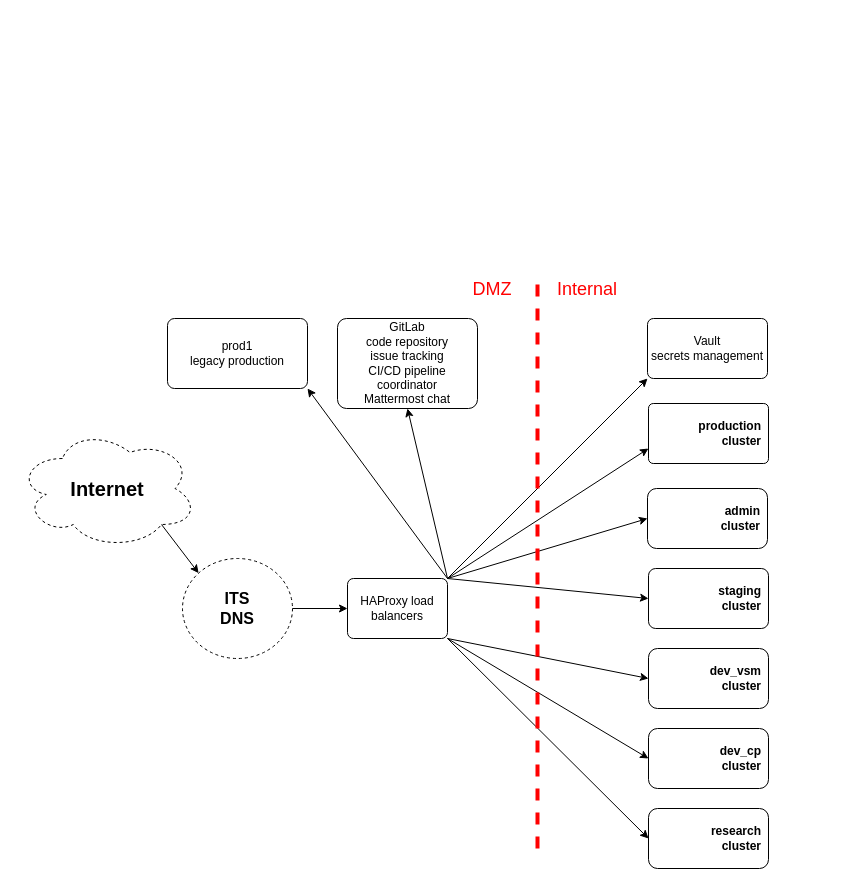
Before: docs/assets/ltc-infrastructure-simple-light.drawio in bcit-ltc/infrastructure-documentation, a draw.io diagram. Source tidied: cells renumbered, new cells numbered last; positions are measured from the earlier drawing's top-left corner, leaving out a move shared by most shapes. Both pictures are drawn from the tidied source at 100%, with x=0, y=0 at pixel (17, 268).
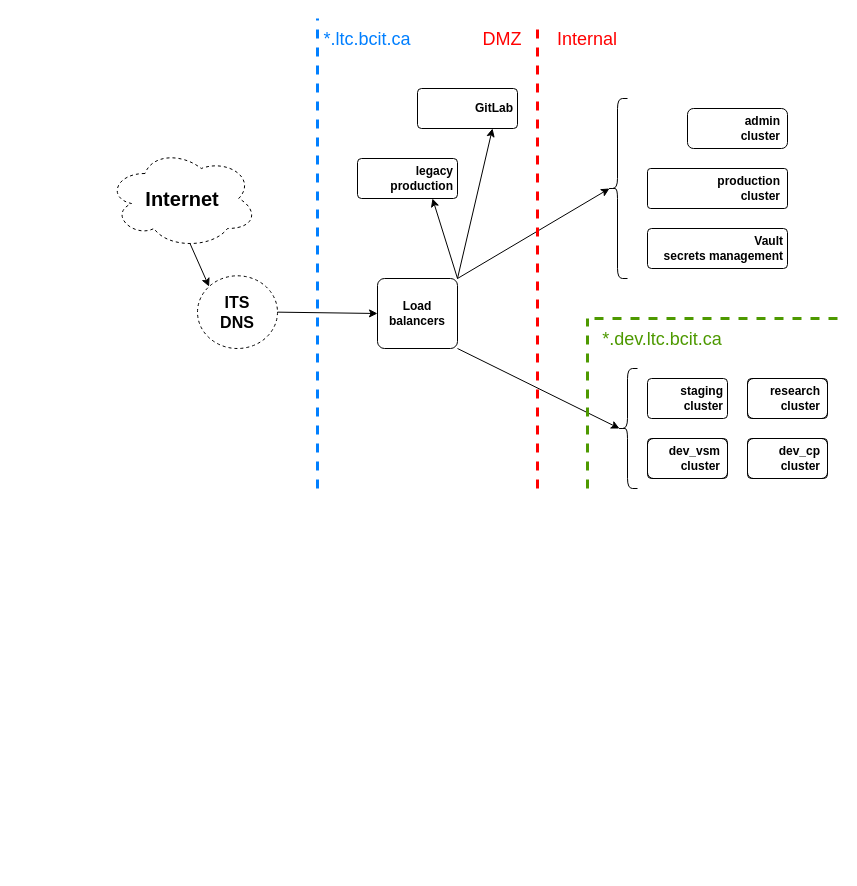
The same page after the edit.

Commit message (it also covers changes not shown here):
fix: updates simple, detailed infrastructure diagrams

The edit, as a diff of the source:
```diff
@@
+    <mxCell id="31" value="&lt;span&gt;production&lt;br&gt;cluster&lt;/span&gt;" style="shape=ext;margin=3;double=0;whiteSpace=wrap;html=1;align=right;fillColor=none;rounded=1;spacingRight=5;arcSize=8;fontStyle=1;" parent="1" vertex="1">
+      <mxGeometry x="630" y="-100" width="140" height="40" as="geometry" />
+    </mxCell>
-    <mxCell id="2" style="rounded=0;jettySize=auto;html=1;exitX=0.8;exitY=0.8;exitDx=0;exitDy=0;exitPerimeter=0;entryX=0;entryY=0;entryDx=0;entryDy=0;" parent="1" edge="1" source="3" target="18">
+    <mxCell id="2" style="rounded=0;jettySize=auto;html=1;exitX=0.55;exitY=0.95;exitDx=0;exitDy=0;exitPerimeter=0;entryX=0;entryY=0;entryDx=0;entryDy=0;fontStyle=1;" parent="1" edge="1" source="3" target="18">
       <mxGeometry relative="1" as="geometry" />
     </mxCell>
-    <mxCell id="3" value="&lt;b&gt;&lt;font style=&quot;font-size: 20px&quot;&gt;Internet&lt;/font&gt;&lt;/b&gt;" style="ellipse;shape=cloud;whiteSpace=wrap;html=1;align=center;dashed=1;fillColor=none;" parent="1" vertex="1">
-      <mxGeometry y="160" width="180" height="120" as="geometry" />
+    <mxCell id="3" value="&lt;span&gt;&lt;font style=&quot;font-size: 20px&quot;&gt;Internet&lt;/font&gt;&lt;/span&gt;" style="ellipse;shape=cloud;whiteSpace=wrap;html=1;align=center;dashed=1;fillColor=none;fontStyle=1;" parent="1" vertex="1">
+      <mxGeometry x="90" y="-120" width="150" height="100" as="geometry" />
     </mxCell>
-    <mxCell id="4" style="edgeStyle=none;jettySize=auto;html=1;exitX=1;exitY=0;exitDx=0;exitDy=0;entryX=0;entryY=0.5;entryDx=0;entryDy=0;" parent="1" edge="1" source="8" target="23">
+    <mxCell id="4" style="edgeStyle=none;jettySize=auto;html=1;entryX=0.1;entryY=0.5;entryDx=0;entryDy=0;fontStyle=1;entryPerimeter=0;exitX=1;exitY=0;exitDx=0;exitDy=0;" parent="1" edge="1" source="8" target="37">
       <mxGeometry relative="1" as="geometry" />
     </mxCell>
-    <mxCell id="5" style="edgeStyle=none;jettySize=auto;html=1;exitX=1;exitY=0;exitDx=0;exitDy=0;entryX=0;entryY=0.75;entryDx=0;entryDy=0;" parent="1" edge="1" source="8" target="31">
-      <mxGeometry relative="1" as="geometry" />
-    </mxCell>
-    <mxCell id="6" style="edgeStyle=none;jettySize=auto;html=1;exitX=1;exitY=0;exitDx=0;exitDy=0;entryX=0;entryY=0.5;entryDx=0;entryDy=0;" parent="1" edge="1" source="8" target="32">
-      <mxGeometry relative="1" as="geometry" />
-    </mxCell>
-    <mxCell id="7" style="edgeStyle=none;jettySize=auto;html=1;exitX=1;exitY=0;exitDx=0;exitDy=0;entryX=0;entryY=1;entryDx=0;entryDy=0;" parent="1" edge="1" source="8" target="13">
-      <mxGeometry relative="1" as="geometry" />
-    </mxCell>
-    <mxCell id="8" value="HAProxy load balancers" style="rounded=1;arcSize=10;whiteSpace=wrap;html=1;align=center;fillColor=none;" parent="1" vertex="1">
-      <mxGeometry x="330" y="310" width="100" height="60" as="geometry" />
+    <mxCell id="8" value="Load balancers" style="rounded=1;arcSize=10;whiteSpace=wrap;html=1;align=center;fillColor=none;fontStyle=1;spacing=2;" parent="1" vertex="1">
+      <mxGeometry x="360" y="10" width="80" height="70" as="geometry" />
     </mxCell>
-    <mxCell id="9" style="edgeStyle=none;jettySize=auto;html=1;exitX=1;exitY=1;exitDx=0;exitDy=0;entryX=0;entryY=0.5;entryDx=0;entryDy=0;" parent="1" edge="1" source="8" target="29">
+    <mxCell id="9" style="edgeStyle=none;jettySize=auto;html=1;exitX=1;exitY=1;exitDx=0;exitDy=0;entryX=0.1;entryY=0.5;entryDx=0;entryDy=0;fontStyle=1;entryPerimeter=0;" parent="1" edge="1" source="8" target="38">
       <mxGeometry relative="1" as="geometry" />
     </mxCell>
-    <mxCell id="10" style="edgeStyle=none;jettySize=auto;html=1;exitX=1;exitY=1;exitDx=0;exitDy=0;entryX=0;entryY=0.5;entryDx=0;entryDy=0;" parent="1" edge="1" source="8" target="27">
-      <mxGeometry relative="1" as="geometry" />
-    </mxCell>
-    <mxCell id="11" style="edgeStyle=none;jettySize=auto;html=1;exitX=1;exitY=1;exitDx=0;exitDy=0;entryX=0;entryY=0.5;entryDx=0;entryDy=0;" parent="1" edge="1" source="8" target="25">
-      <mxGeometry relative="1" as="geometry" />
-    </mxCell>
-    <mxCell id="12" value="GitLab&lt;br&gt;code repository&lt;br&gt;issue tracking&lt;br&gt;CI/CD pipeline coordinator&lt;br&gt;Mattermost chat" style="rounded=1;arcSize=10;whiteSpace=wrap;html=1;align=center;fillColor=none;" parent="1" vertex="1">
-      <mxGeometry x="320" y="50" width="140" height="90" as="geometry" />
+    <mxCell id="12" value="GitLab" style="rounded=1;arcSize=10;whiteSpace=wrap;html=1;align=right;fillColor=none;fontStyle=1;spacingRight=2;" parent="1" vertex="1">
+      <mxGeometry x="400" y="-180" width="100" height="40" as="geometry" />
     </mxCell>
-    <mxCell id="13" value="Vault&lt;br&gt;secrets management" style="rounded=1;arcSize=10;whiteSpace=wrap;html=1;align=center;" parent="1" vertex="1">
-      <mxGeometry x="630" y="50" width="120" height="60" as="geometry" />
+    <mxCell id="13" value="Vault&lt;br&gt;secrets management" style="rounded=1;arcSize=10;whiteSpace=wrap;html=1;align=right;fontStyle=1;fillColor=none;spacingRight=2;" parent="1" vertex="1">
+      <mxGeometry x="630" y="-40" width="140" height="40" as="geometry" />
     </mxCell>
-    <mxCell id="14" value="prod1&lt;br&gt;legacy production" style="rounded=1;arcSize=10;whiteSpace=wrap;html=1;align=center;fillColor=none;" parent="1" vertex="1">
-      <mxGeometry x="150" y="50" width="140" height="70" as="geometry" />
-    </mxCell>
-    <mxCell id="15" style="edgeStyle=none;jettySize=auto;html=1;entryX=0;entryY=0.5;entryDx=0;entryDy=0;exitX=1;exitY=0.5;exitDx=0;exitDy=0;strokeWidth=1;strokeColor=#000000;" parent="1" edge="1" source="18" target="8">
+    <mxCell id="15" style="edgeStyle=none;jettySize=auto;html=1;entryX=0;entryY=0.5;entryDx=0;entryDy=0;exitX=1;exitY=0.5;exitDx=0;exitDy=0;strokeWidth=1;strokeColor=#000000;fontStyle=1;" parent="1" edge="1" source="18" target="8">
       <mxGeometry relative="1" as="geometry" />
     </mxCell>
-    <mxCell id="16" style="edgeStyle=none;jettySize=auto;html=1;entryX=1;entryY=1;entryDx=0;entryDy=0;exitX=1;exitY=0;exitDx=0;exitDy=0;" parent="1" edge="1" source="8" target="14">
+    <mxCell id="16" style="edgeStyle=none;jettySize=auto;html=1;entryX=0.75;entryY=1;entryDx=0;entryDy=0;fontStyle=1;exitX=1;exitY=0;exitDx=0;exitDy=0;" parent="1" edge="1" source="8" target="12">
       <mxGeometry relative="1" as="geometry" />
     </mxCell>
-    <mxCell id="17" style="edgeStyle=none;jettySize=auto;html=1;entryX=0.5;entryY=1;entryDx=0;entryDy=0;exitX=1;exitY=0;exitDx=0;exitDy=0;" parent="1" edge="1" source="8" target="12">
-      <mxGeometry relative="1" as="geometry" />
-    </mxCell>
-    <mxCell id="18" value="&lt;b style=&quot;font-size: 16px&quot;&gt;ITS&lt;br&gt;DNS&lt;/b&gt;" style="ellipse;whiteSpace=wrap;html=1;align=center;dashed=1;rounded=1;fillColor=none;" parent="1" vertex="1">
-      <mxGeometry x="165" y="290" width="110" height="100" as="geometry" />
+    <mxCell id="18" value="&lt;span style=&quot;font-size: 16px&quot;&gt;ITS&lt;br&gt;DNS&lt;/span&gt;" style="ellipse;whiteSpace=wrap;html=1;align=center;dashed=1;rounded=1;fillColor=none;fontStyle=1;" parent="1" vertex="1">
+      <mxGeometry x="180" y="7.3" width="80" height="72.7" as="geometry" />
     </mxCell>
-    <mxCell id="19" value="&lt;font color=&quot;#ff0000&quot; style=&quot;font-size: 18px&quot;&gt;DMZ&lt;/font&gt;" style="text;html=1;strokeColor=none;fillColor=none;align=center;verticalAlign=middle;whiteSpace=wrap;rounded=0;dashed=1;fontSize=20;labelPosition=center;verticalLabelPosition=middle;" parent="1" vertex="1">
-      <mxGeometry x="440" width="70" height="40" as="geometry" />
+    <mxCell id="19" value="&lt;font color=&quot;#ff0000&quot; style=&quot;font-size: 18px&quot;&gt;DMZ&lt;/font&gt;" style="text;html=1;strokeColor=none;fillColor=none;align=center;verticalAlign=middle;whiteSpace=wrap;rounded=0;dashed=1;fontSize=20;labelPosition=center;verticalLabelPosition=middle;fontStyle=0;" parent="1" vertex="1">
+      <mxGeometry x="450" y="-250" width="70" height="40" as="geometry" />
     </mxCell>
-    <mxCell id="20" value="&lt;font color=&quot;#ff0000&quot; style=&quot;font-size: 18px&quot;&gt;Internal&lt;/font&gt;" style="text;html=1;strokeColor=none;fillColor=none;align=center;verticalAlign=middle;whiteSpace=wrap;rounded=0;dashed=1;fontSize=20;" parent="1" vertex="1">
-      <mxGeometry x="520" width="100" height="40" as="geometry" />
+    <mxCell id="20" value="&lt;font color=&quot;#ff0000&quot; style=&quot;font-size: 18px&quot;&gt;Internal&lt;/font&gt;" style="text;html=1;strokeColor=none;fillColor=none;align=center;verticalAlign=middle;whiteSpace=wrap;rounded=0;dashed=1;fontSize=20;fontStyle=0;" parent="1" vertex="1">
+      <mxGeometry x="520" y="-250" width="100" height="40" as="geometry" />
     </mxCell>
-    <mxCell id="21" style="endArrow=none;dashed=1;html=1;strokeWidth=4;rounded=1;fontSize=26;fontColor=#FF0000;strokeColor=#FF0000;" parent="1" edge="1">
+    <mxCell id="21" style="endArrow=none;dashed=1;html=1;strokeWidth=3;rounded=1;fontSize=26;fontColor=#FF0000;strokeColor=#FF0000;fontStyle=1;" parent="1" edge="1">
       <mxGeometry relative="1" as="geometry">
-        <mxPoint x="520" y="580" as="sourcePoint" />
-        <mxPoint x="520" y="10" as="targetPoint" />
+        <mxPoint x="520" y="220" as="sourcePoint" />
+        <mxPoint x="520" y="-240" as="targetPoint" />
       </mxGeometry>
     </mxCell>
-    <mxCell id="22" style="group;" parent="1" vertex="1">
-      <mxGeometry x="630" y="220" width="120" height="60" as="geometry" />
-    </mxCell>
-    <mxCell id="23" value="&lt;b&gt;admin&lt;br&gt;cluster&lt;/b&gt;" style="shape=ext;margin=3;double=0;whiteSpace=wrap;html=1;align=right;fillColor=none;rounded=1;spacingRight=5;" parent="22" vertex="1">
-      <mxGeometry width="120" height="60" as="geometry" />
-    </mxCell>
-    <mxCell id="24" style="group;" parent="1" vertex="1">
-      <mxGeometry x="631" y="540" width="120" height="60" as="geometry" />
+    <mxCell id="24" style="group;fontStyle=1;align=right;verticalAlign=middle;strokeColor=default;rounded=1;arcSize=10;spacingRight=2;" parent="1" vertex="1">
+      <mxGeometry x="730" y="110" width="80" height="40" as="geometry" />
     </mxCell>
-    <mxCell id="25" value="&lt;blockquote style=&quot;margin: 0 0 0 40px ; border: none ; padding: 0px&quot;&gt;&lt;/blockquote&gt;&lt;blockquote style=&quot;margin: 0 0 0 40px ; border: none ; padding: 0px&quot;&gt;&lt;/blockquote&gt;&lt;b&gt;research&lt;/b&gt;&lt;br&gt;&lt;b&gt;cluster&lt;/b&gt;" style="shape=ext;margin=3;double=0;whiteSpace=wrap;html=1;align=right;fillColor=none;rounded=1;perimeterSpacing=0;labelPadding=0;noLabel=0;perimeter=rectanglePerimeter;spacingRight=5;" parent="24" vertex="1">
-      <mxGeometry width="120" height="60" as="geometry" />
+    <mxCell id="25" value="&lt;blockquote style=&quot;margin: 0 0 0 40px ; border: none ; padding: 0px&quot;&gt;&lt;/blockquote&gt;&lt;blockquote style=&quot;margin: 0 0 0 40px ; border: none ; padding: 0px&quot;&gt;&lt;/blockquote&gt;&lt;span&gt;research&lt;/span&gt;&lt;br&gt;&lt;span&gt;cluster&lt;/span&gt;" style="shape=ext;margin=3;double=0;whiteSpace=wrap;html=1;align=right;fillColor=none;rounded=1;perimeterSpacing=0;labelPadding=0;noLabel=0;perimeter=rectanglePerimeter;spacingRight=5;fontStyle=1;" parent="24" vertex="1">
+      <mxGeometry width="80" height="40" as="geometry" />
     </mxCell>
-    <mxCell id="26" style="group;" parent="1" vertex="1">
-      <mxGeometry x="631" y="460" width="120" height="60" as="geometry" />
+    <mxCell id="26" style="group;fontStyle=1;align=right;verticalAlign=middle;strokeColor=default;rounded=1;arcSize=10;spacingRight=2;" parent="1" vertex="1">
+      <mxGeometry x="730" y="170" width="80" height="40" as="geometry" />
     </mxCell>
-    <mxCell id="27" value="&lt;b&gt;dev_cp&lt;br&gt;cluster&lt;/b&gt;" style="shape=ext;margin=3;double=0;whiteSpace=wrap;html=1;align=right;fillColor=none;rounded=1;spacingRight=5;" parent="26" vertex="1">
-      <mxGeometry width="120" height="60" as="geometry" />
+    <mxCell id="27" value="&lt;span&gt;dev_cp&lt;br&gt;cluster&lt;/span&gt;" style="shape=ext;margin=3;double=0;whiteSpace=wrap;html=1;align=right;fillColor=none;rounded=1;spacingRight=5;fontStyle=1;" parent="26" vertex="1">
+      <mxGeometry width="80" height="40" as="geometry" />
     </mxCell>
-    <mxCell id="28" style="group;" parent="1" vertex="1">
-      <mxGeometry x="631" y="380" width="120" height="60" as="geometry" />
+    <mxCell id="28" style="group;fontStyle=1;align=right;verticalAlign=middle;strokeColor=default;rounded=1;arcSize=10;spacingRight=2;" parent="1" vertex="1">
+      <mxGeometry x="630" y="170" width="80" height="40" as="geometry" />
     </mxCell>
-    <mxCell id="29" value="&lt;b&gt;dev_vsm&lt;br&gt;cluster&lt;/b&gt;" style="shape=ext;margin=3;double=0;whiteSpace=wrap;html=1;align=right;fillColor=none;rounded=1;spacingRight=5;" parent="28" vertex="1">
-      <mxGeometry width="120" height="60" as="geometry" />
+    <mxCell id="29" value="&lt;span&gt;dev_vsm&lt;br&gt;cluster&lt;/span&gt;" style="shape=ext;margin=3;double=0;whiteSpace=wrap;html=1;align=right;fillColor=none;rounded=1;spacingRight=5;fontStyle=1;" parent="28" vertex="1">
+      <mxGeometry width="80" height="40" as="geometry" />
     </mxCell>
-    <mxCell id="30" style="group;" parent="1" vertex="1">
-      <mxGeometry x="631" y="135" width="120" height="60" as="geometry" />
-    </mxCell>
-    <mxCell id="31" value="&lt;b&gt;production&lt;br&gt;cluster&lt;/b&gt;" style="shape=ext;margin=3;double=0;whiteSpace=wrap;html=1;align=right;fillColor=none;rounded=1;spacingRight=5;arcSize=8;" parent="30" vertex="1">
-      <mxGeometry width="120" height="60" as="geometry" />
-    </mxCell>
-    <mxCell id="32" value="&lt;b&gt;staging&lt;br&gt;cluster&lt;/b&gt;" style="shape=ext;margin=3;double=0;whiteSpace=wrap;html=1;align=right;fillColor=none;rounded=1;strokeColor=default;strokeWidth=1;spacingRight=5;arcSize=12;" parent="1" vertex="1">
-      <mxGeometry x="631" y="300" width="120" height="60" as="geometry" />
+    <mxCell id="32" value="&lt;span&gt;staging&lt;br&gt;cluster&lt;/span&gt;" style="shape=ext;margin=3;double=0;whiteSpace=wrap;html=1;align=right;fillColor=none;rounded=1;strokeColor=default;strokeWidth=1;spacingRight=2;arcSize=10;fontStyle=1;" parent="1" vertex="1">
+      <mxGeometry x="630" y="110" width="80" height="40" as="geometry" />
     </mxCell>
+    <mxCell id="33" style="endArrow=none;dashed=1;html=1;strokeWidth=3;rounded=1;fontSize=26;fontColor=#FF0000;strokeColor=#4D9900;fontStyle=1;" parent="1" edge="1">
+      <mxGeometry relative="1" as="geometry">
+        <mxPoint x="570" y="220" as="sourcePoint" />
+        <mxPoint x="570" y="50" as="targetPoint" />
+      </mxGeometry>
+    </mxCell>
+    <mxCell id="34" value="&lt;font style=&quot;font-size: 18px&quot; color=&quot;#4d9900&quot;&gt;*.dev.ltc.bcit.ca&lt;/font&gt;" style="text;html=1;strokeColor=none;fillColor=none;align=center;verticalAlign=middle;whiteSpace=wrap;rounded=0;dashed=1;fontSize=20;" parent="1" vertex="1">
+      <mxGeometry x="580" y="50" width="130" height="40" as="geometry" />
+    </mxCell>
+    <mxCell id="35" style="endArrow=none;dashed=1;html=1;strokeWidth=3;rounded=1;fontSize=26;fontColor=#FF0000;strokeColor=#4D9900;fontStyle=1;" parent="1" edge="1">
+      <mxGeometry relative="1" as="geometry">
+        <mxPoint x="820" y="50" as="sourcePoint" />
+        <mxPoint x="570" y="50" as="targetPoint" />
+      </mxGeometry>
+    </mxCell>
+    <mxCell id="36" value="&lt;font style=&quot;font-size: 18px&quot; color=&quot;#007fff&quot;&gt;*.ltc.bcit.ca&lt;/font&gt;" style="text;html=1;strokeColor=none;fillColor=none;align=center;verticalAlign=middle;whiteSpace=wrap;rounded=0;dashed=1;fontSize=20;" parent="1" vertex="1">
+      <mxGeometry x="300" y="-250" width="100" height="40" as="geometry" />
+    </mxCell>
+    <mxCell id="37" style="shape=curlyBracket;whiteSpace=wrap;html=1;rounded=1;fontSize=18;fillColor=none;spacing=2;spacingLeft=0;spacingTop=0;" parent="1" vertex="1">
+      <mxGeometry x="590" y="-170" width="20" height="180" as="geometry" />
+    </mxCell>
+    <mxCell id="38" style="shape=curlyBracket;whiteSpace=wrap;html=1;rounded=1;fontSize=18;fillColor=none;" parent="1" vertex="1">
+      <mxGeometry x="600" y="100" width="20" height="120" as="geometry" />
+    </mxCell>
+    <mxCell id="39" style="endArrow=none;dashed=1;html=1;strokeWidth=3;rounded=1;fontSize=26;fontColor=#FF0000;strokeColor=#007FFF;fontStyle=1;" parent="1" edge="1">
+      <mxGeometry relative="1" as="geometry">
+        <mxPoint x="300" y="220" as="sourcePoint" />
+        <mxPoint x="300" y="-250" as="targetPoint" />
+      </mxGeometry>
+    </mxCell>
+    <mxCell id="14" value="legacy production" style="rounded=1;arcSize=10;whiteSpace=wrap;html=1;align=right;fillColor=none;fontStyle=1;spacingRight=2;" parent="1" vertex="1">
+      <mxGeometry x="340" y="-110" width="100" height="40" as="geometry" />
+    </mxCell>
+    <mxCell id="23" value="&lt;span&gt;admin&lt;br&gt;cluster&lt;/span&gt;" style="shape=ext;margin=3;double=0;whiteSpace=wrap;html=1;align=right;fillColor=none;rounded=1;spacingRight=5;fontStyle=1;" parent="1" vertex="1">
+      <mxGeometry x="670" y="-160" width="100" height="40" as="geometry" />
+    </mxCell>
+    <mxCell id="40" style="edgeStyle=none;jettySize=auto;html=1;entryX=0.75;entryY=1;entryDx=0;entryDy=0;fontStyle=1;exitX=1;exitY=0;exitDx=0;exitDy=0;" parent="1" edge="1" source="8" target="14">
+      <mxGeometry relative="1" as="geometry" />
+    </mxCell>
```
